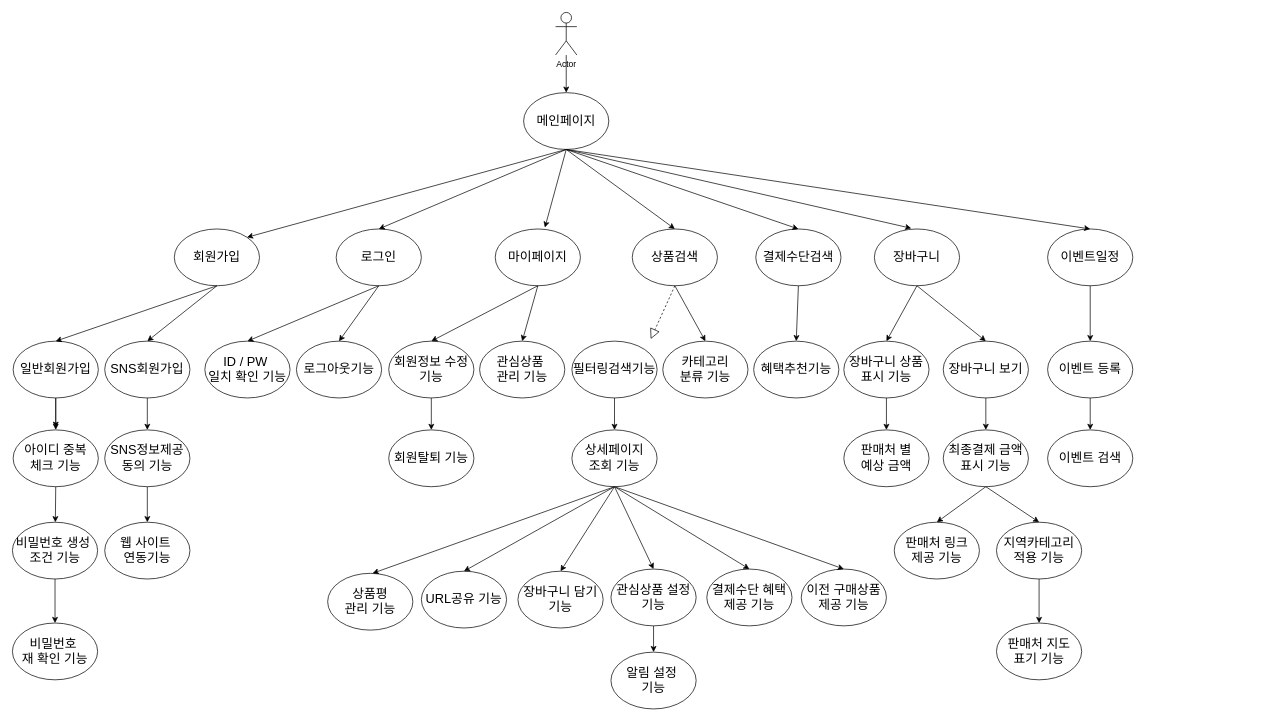
Earlier version of the draw.io diagram 제목 없는 다이어그램.drawio (BB-3022/Front_Study). Source tidied: cells renumbered, new cells numbered last; positions are measured from the earlier drawing's top-left corner, leaving out a move shared by most shapes. Both pictures are drawn from the tidied source at 71%, with x=0, y=0 at pixel (12, 12).
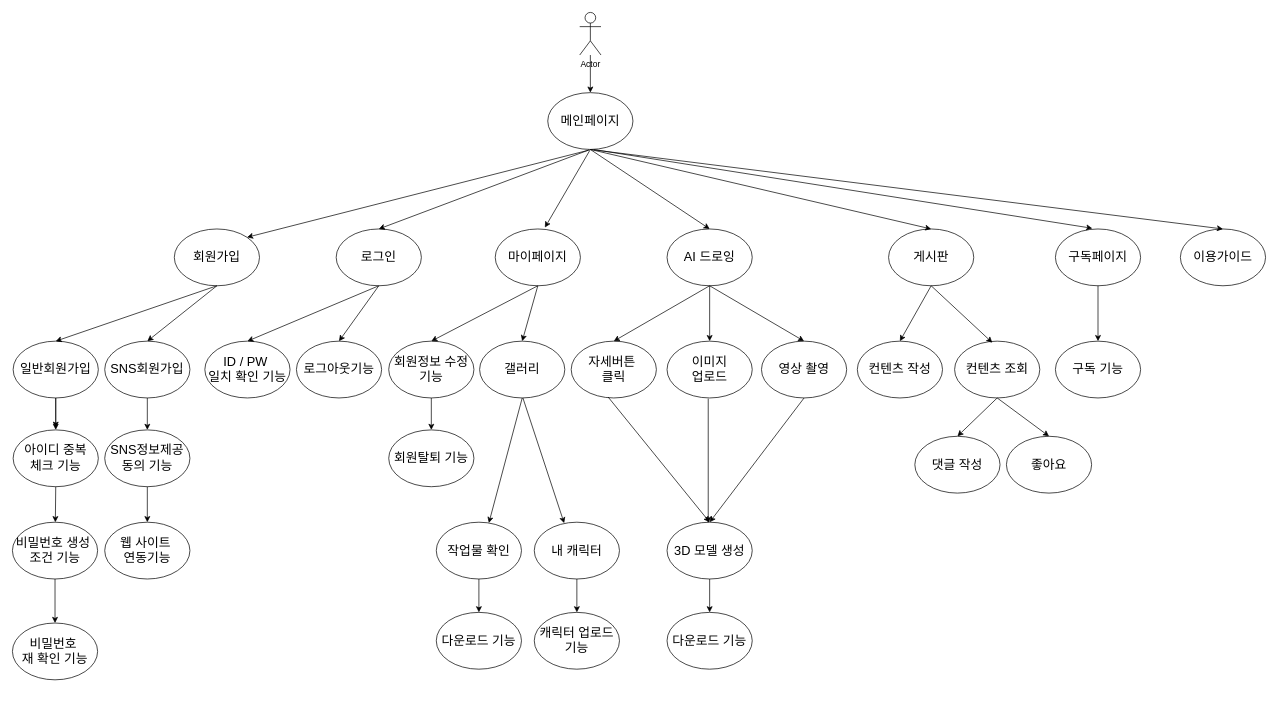
The same diagram, later.

Commit message:
제목 없는 다이어그램.drawio 업데이트

Unchanged cells that the change refers to:
```xml
<mxCell id="3" value="&lt;font style=&quot;font-size: 18px;&quot;&gt;회원가입&lt;/font&gt;" style="ellipse;whiteSpace=wrap;html=1;" parent="1" vertex="1">
  <mxGeometry x="228" y="305" width="120" height="80" as="geometry" />
</mxCell>
<mxCell id="4" value="&lt;font style=&quot;font-size: 18px;&quot;&gt;로그인&lt;/font&gt;" style="ellipse;whiteSpace=wrap;html=1;" parent="1" vertex="1">
  <mxGeometry x="456" y="305" width="120" height="80" as="geometry" />
</mxCell>
```

The edit, as a diff of the source:
```diff
@@
     <mxCell id="2" value="&lt;font style=&quot;font-size: 18px;&quot;&gt;메인페이지&lt;/font&gt;" style="ellipse;whiteSpace=wrap;html=1;" parent="1" vertex="1">
-      <mxGeometry x="720" y="113" width="120" height="80" as="geometry" />
+      <mxGeometry x="754" y="113" width="120" height="80" as="geometry" />
     </mxCell>
@@
-    <mxCell id="5" value="&lt;font style=&quot;font-size: 18px;&quot;&gt;상품검색&lt;/font&gt;" style="ellipse;whiteSpace=wrap;html=1;" parent="1" vertex="1">
-      <mxGeometry x="873" y="305" width="120" height="80" as="geometry" />
+    <mxCell id="5" value="&lt;span style=&quot;font-size: 18px;&quot;&gt;AI 드로잉&lt;/span&gt;" style="ellipse;whiteSpace=wrap;html=1;" parent="1" vertex="1">
+      <mxGeometry x="922" y="305" width="120" height="80" as="geometry" />
     </mxCell>
-    <mxCell id="6" value="&lt;font style=&quot;font-size: 18px;&quot;&gt;결제수단검색&lt;/font&gt;" style="ellipse;whiteSpace=wrap;html=1;" parent="1" vertex="1">
-      <mxGeometry x="1047" y="305" width="120" height="80" as="geometry" />
+    <mxCell id="6" value="&lt;span style=&quot;font-size: 18px;&quot;&gt;게시판&lt;/span&gt;" style="ellipse;whiteSpace=wrap;html=1;" parent="1" vertex="1">
+      <mxGeometry x="1234" y="305" width="120" height="80" as="geometry" />
     </mxCell>
-    <mxCell id="7" value="&lt;font style=&quot;font-size: 18px;&quot;&gt;장바구니&lt;/font&gt;" style="ellipse;whiteSpace=wrap;html=1;" parent="1" vertex="1">
-      <mxGeometry x="1214" y="305" width="120" height="80" as="geometry" />
+    <mxCell id="7" value="&lt;span style=&quot;font-size: 18px;&quot;&gt;구독페이지&lt;/span&gt;" style="ellipse;whiteSpace=wrap;html=1;" parent="1" vertex="1">
+      <mxGeometry x="1469" y="305" width="120" height="80" as="geometry" />
     </mxCell>
@@
-    <mxCell id="9" style="endArrow=classic;html=1;rounded=0;exitX=0.5;exitY=1;exitDx=0;exitDy=0;entryX=1;entryY=0;entryDx=0;entryDy=0;" parent="1" edge="1" source="2" target="3">
+    <mxCell id="9" style="endArrow=classic;html=1;rounded=0;exitX=0.48;exitY=1.013;exitDx=0;exitDy=0;entryX=1;entryY=0;entryDx=0;entryDy=0;exitPerimeter=0;" parent="1" edge="1" source="2" target="3">
       <mxGeometry relative="1" as="geometry" />
     </mxCell>
-    <mxCell id="10" style="endArrow=classic;html=1;rounded=0;exitX=0.5;exitY=1;exitDx=0;exitDy=0;entryX=0.5;entryY=0;entryDx=0;entryDy=0;" parent="1" edge="1" source="2" target="4">
+    <mxCell id="10" style="endArrow=classic;html=1;rounded=0;exitX=0.486;exitY=1.007;exitDx=0;exitDy=0;entryX=0.5;entryY=0;entryDx=0;entryDy=0;exitPerimeter=0;" parent="1" edge="1" source="2" target="4">
       <mxGeometry relative="1" as="geometry" />
     </mxCell>
@@
-    <mxCell id="14" style="endArrow=classic;html=1;rounded=0;exitX=0.5;exitY=1;exitDx=0;exitDy=0;entryX=0.433;entryY=-0.012;entryDx=0;entryDy=0;entryPerimeter=0;" parent="1" edge="1" source="2" target="7">
+    <mxCell id="14" style="endArrow=classic;html=1;rounded=0;exitX=0.542;exitY=1.002;exitDx=0;exitDy=0;entryX=0.433;entryY=-0.012;entryDx=0;entryDy=0;entryPerimeter=0;exitPerimeter=0;" parent="1" edge="1" source="2" target="7">
       <mxGeometry relative="1" as="geometry" />
     </mxCell>
@@
-    <mxCell id="17" style="endArrow=classic;html=1;rounded=0;exitX=0.5;exitY=1;exitDx=0;exitDy=0;entryX=0.5;entryY=0;entryDx=0;entryDy=0;" parent="1" edge="1" source="6" target="35">
+    <mxCell id="17" style="endArrow=classic;html=1;rounded=0;exitX=0.5;exitY=1;exitDx=0;exitDy=0;entryX=0.5;entryY=0;entryDx=0;entryDy=0;" parent="1" edge="1" source="6" target="103">
       <mxGeometry relative="1" as="geometry" />
     </mxCell>
-    <mxCell id="18" style="endArrow=classic;html=1;rounded=0;exitX=0.5;exitY=1;exitDx=0;exitDy=0;entryX=0.5;entryY=0;entryDx=0;entryDy=0;" parent="1" edge="1" source="7" target="36">
-      <mxGeometry relative="1" as="geometry" />
-    </mxCell>
@@
     <mxCell id="20" value="Actor" style="shape=umlActor;verticalLabelPosition=bottom;verticalAlign=top;html=1;outlineConnect=0;" parent="1" vertex="1">
-      <mxGeometry x="765" width="30" height="60" as="geometry" />
+      <mxGeometry x="799" width="30" height="60" as="geometry" />
     </mxCell>
@@
-    <mxCell id="26" value="&lt;span style=&quot;font-size: 18px;&quot;&gt;관심상품&amp;nbsp;&lt;br&gt;관리 기능&lt;br&gt;&lt;/span&gt;" style="ellipse;whiteSpace=wrap;html=1;" parent="1" vertex="1">
+    <mxCell id="26" value="&lt;span style=&quot;font-size: 18px;&quot;&gt;갤러리&lt;br&gt;&lt;/span&gt;" style="ellipse;whiteSpace=wrap;html=1;" parent="1" vertex="1">
       <mxGeometry x="658" y="463" width="120" height="80" as="geometry" />
     </mxCell>
@@
-    <mxCell id="32" value="&lt;font style=&quot;font-size: 18px;&quot;&gt;필터링검색기능&lt;/font&gt;" style="ellipse;whiteSpace=wrap;html=1;" parent="1" vertex="1">
-      <mxGeometry x="788" y="463" width="120" height="80" as="geometry" />
-    </mxCell>
-    <mxCell id="33" value="&lt;span style=&quot;font-size: 18px;&quot;&gt;카테고리&lt;br&gt;&lt;/span&gt;&lt;font style=&quot;font-size: 18px;&quot;&gt;분류 기능&lt;/font&gt;" style="ellipse;whiteSpace=wrap;html=1;" parent="1" vertex="1">
-      <mxGeometry x="916" y="463" width="120" height="80" as="geometry" />
-    </mxCell>
-    <mxCell id="34" style="endArrow=classic;html=1;rounded=0;exitX=0.5;exitY=1;exitDx=0;exitDy=0;entryX=0.5;entryY=0;entryDx=0;entryDy=0;" parent="1" edge="1" source="5" target="33">
+    <mxCell id="34" style="endArrow=classic;html=1;rounded=0;exitX=0.5;exitY=1;exitDx=0;exitDy=0;entryX=0.5;entryY=0;entryDx=0;entryDy=0;" parent="1" edge="1" source="5" target="94">
       <mxGeometry relative="1" as="geometry" />
     </mxCell>
-    <mxCell id="35" value="&lt;font style=&quot;font-size: 18px;&quot;&gt;혜택추천기능&lt;/font&gt;" style="ellipse;whiteSpace=wrap;html=1;" parent="1" vertex="1">
-      <mxGeometry x="1044" y="463" width="120" height="80" as="geometry" />
-    </mxCell>
-    <mxCell id="36" value="&lt;font style=&quot;font-size: 18px;&quot;&gt;장바구니 상품표시&amp;nbsp;기능&lt;/font&gt;" style="ellipse;whiteSpace=wrap;html=1;" parent="1" vertex="1">
-      <mxGeometry x="1171" y="463" width="120" height="80" as="geometry" />
-    </mxCell>
-    <mxCell id="37" value="&lt;font style=&quot;font-size: 18px;&quot;&gt;장바구니 보기&lt;/font&gt;" style="ellipse;whiteSpace=wrap;html=1;" parent="1" vertex="1">
-      <mxGeometry x="1311" y="463" width="120" height="80" as="geometry" />
-    </mxCell>
-    <mxCell id="38" style="endArrow=classic;html=1;rounded=0;exitX=0.5;exitY=1;exitDx=0;exitDy=0;entryX=0.5;entryY=0;entryDx=0;entryDy=0;" parent="1" edge="1" source="7" target="37">
-      <mxGeometry relative="1" as="geometry" />
-    </mxCell>
-    <mxCell id="39" value="&lt;span style=&quot;font-size: 18px;&quot;&gt;최종결제 금액&lt;br&gt;표시 기능&lt;br&gt;&lt;/span&gt;" style="ellipse;whiteSpace=wrap;html=1;" parent="1" vertex="1">
-      <mxGeometry x="1311" y="588" width="120" height="80" as="geometry" />
-    </mxCell>
-    <mxCell id="40" value="&lt;font style=&quot;font-size: 18px;&quot;&gt;판매처 링크 &lt;br&gt;제공 기능&lt;/font&gt;" style="ellipse;whiteSpace=wrap;html=1;" parent="1" vertex="1">
-      <mxGeometry x="1242" y="718" width="120" height="80" as="geometry" />
-    </mxCell>
-    <mxCell id="41" value="&lt;font style=&quot;font-size: 18px;&quot;&gt;지역카테고리&lt;br&gt;적용 기능&lt;/font&gt;" style="ellipse;whiteSpace=wrap;html=1;" parent="1" vertex="1">
-      <mxGeometry x="1386" y="718" width="120" height="80" as="geometry" />
-    </mxCell>
-    <mxCell id="42" value="&lt;font style=&quot;font-size: 18px;&quot;&gt;판매처 지도 &lt;br&gt;표기 기능&lt;/font&gt;" style="ellipse;whiteSpace=wrap;html=1;" parent="1" vertex="1">
-      <mxGeometry x="1386" y="860" width="120" height="80" as="geometry" />
-    </mxCell>
-    <mxCell id="43" style="endArrow=classic;html=1;rounded=0;exitX=0.5;exitY=1;exitDx=0;exitDy=0;entryX=0.5;entryY=0;entryDx=0;entryDy=0;" parent="1" edge="1" source="37" target="39">
-      <mxGeometry relative="1" as="geometry" />
-    </mxCell>
-    <mxCell id="44" style="endArrow=classic;html=1;rounded=0;exitX=0.5;exitY=1;exitDx=0;exitDy=0;entryX=0.5;entryY=0;entryDx=0;entryDy=0;" parent="1" edge="1" source="39" target="40">
-      <mxGeometry relative="1" as="geometry" />
-    </mxCell>
-    <mxCell id="45" style="endArrow=classic;html=1;rounded=0;exitX=0.5;exitY=1;exitDx=0;exitDy=0;entryX=0.5;entryY=0;entryDx=0;entryDy=0;" parent="1" edge="1" source="39" target="41">
-      <mxGeometry relative="1" as="geometry" />
-    </mxCell>
-    <mxCell id="46" style="endArrow=classic;html=1;rounded=0;exitX=0.5;exitY=1;exitDx=0;exitDy=0;" parent="1" edge="1" source="41" target="42">
-      <mxGeometry relative="1" as="geometry" />
-    </mxCell>
-    <mxCell id="47" value="&lt;font style=&quot;font-size: 18px;&quot;&gt;상세페이지 &lt;br&gt;조회 기능&lt;/font&gt;" style="ellipse;whiteSpace=wrap;html=1;" parent="1" vertex="1">
-      <mxGeometry x="788" y="588" width="120" height="80" as="geometry" />
-    </mxCell>
@@
-    <mxCell id="51" value="&lt;font style=&quot;font-size: 18px;&quot;&gt;관심상품 설정기능&lt;/font&gt;" style="ellipse;whiteSpace=wrap;html=1;" parent="1" vertex="1">
-      <mxGeometry x="843" y="784" width="120" height="80" as="geometry" />
-    </mxCell>
-    <mxCell id="52" value="&lt;font style=&quot;font-size: 18px;&quot;&gt;URL공유 기능&lt;/font&gt;" style="ellipse;whiteSpace=wrap;html=1;" parent="1" vertex="1">
-      <mxGeometry x="576" y="787" width="120" height="80" as="geometry" />
-    </mxCell>
-    <mxCell id="53" value="&lt;span style=&quot;font-size: 18px;&quot;&gt;상품평 &lt;br&gt;관리 기능&lt;br&gt;&lt;/span&gt;" style="ellipse;whiteSpace=wrap;html=1;" parent="1" vertex="1">
-      <mxGeometry x="444" y="790" width="120" height="80" as="geometry" />
-    </mxCell>
-    <mxCell id="54" value="&lt;font style=&quot;font-size: 18px;&quot;&gt;장바구니 담기 기능&lt;/font&gt;" style="ellipse;whiteSpace=wrap;html=1;" parent="1" vertex="1">
-      <mxGeometry x="712" y="787" width="120" height="80" as="geometry" />
-    </mxCell>
-    <mxCell id="55" value="&lt;font style=&quot;font-size: 18px;&quot;&gt;결제수단 혜택 &lt;br&gt;제공 기능&lt;/font&gt;" style="ellipse;whiteSpace=wrap;html=1;" parent="1" vertex="1">
-      <mxGeometry x="978" y="784" width="120" height="80" as="geometry" />
-    </mxCell>
-    <mxCell id="56" value="&lt;font style=&quot;font-size: 18px;&quot;&gt;이전 구매상품 &lt;br&gt;제공 기능&lt;/font&gt;" style="ellipse;whiteSpace=wrap;html=1;" parent="1" vertex="1">
-      <mxGeometry x="1111" y="784" width="120" height="80" as="geometry" />
-    </mxCell>
@@
-    <mxCell id="58" style="endArrow=classic;html=1;rounded=0;exitX=0.5;exitY=1;exitDx=0;exitDy=0;entryX=0.5;entryY=0;entryDx=0;entryDy=0;" parent="1" edge="1" source="32" target="47">
-      <mxGeometry relative="1" as="geometry" />
-    </mxCell>
-    <mxCell id="59" style="endArrow=classic;html=1;rounded=0;entryX=0.5;entryY=0;entryDx=0;entryDy=0;exitX=0.5;exitY=1;exitDx=0;exitDy=0;" parent="1" edge="1" source="47" target="55">
-      <mxGeometry relative="1" as="geometry" />
-    </mxCell>
-    <mxCell id="60" style="endArrow=classic;html=1;rounded=0;entryX=0.5;entryY=0;entryDx=0;entryDy=0;exitX=0.512;exitY=1.006;exitDx=0;exitDy=0;exitPerimeter=0;" parent="1" edge="1" source="47" target="56">
-      <mxGeometry relative="1" as="geometry" />
-    </mxCell>
-    <mxCell id="61" style="endArrow=classic;html=1;rounded=0;exitX=0.5;exitY=1;exitDx=0;exitDy=0;entryX=0.5;entryY=0;entryDx=0;entryDy=0;" parent="1" edge="1" source="47" target="51">
-      <mxGeometry relative="1" as="geometry" />
-    </mxCell>
-    <mxCell id="62" style="endArrow=classic;html=1;rounded=0;exitX=0.5;exitY=1;exitDx=0;exitDy=0;entryX=0.5;entryY=0;entryDx=0;entryDy=0;" parent="1" edge="1" source="47" target="54">
-      <mxGeometry relative="1" as="geometry" />
-    </mxCell>
-    <mxCell id="63" style="endArrow=classic;html=1;rounded=0;exitX=0.5;exitY=1;exitDx=0;exitDy=0;entryX=0.5;entryY=0;entryDx=0;entryDy=0;" parent="1" edge="1" source="47" target="52">
-      <mxGeometry relative="1" as="geometry" />
-    </mxCell>
-    <mxCell id="64" style="endArrow=classic;html=1;rounded=0;exitX=0.5;exitY=1;exitDx=0;exitDy=0;entryX=0.528;entryY=-0.001;entryDx=0;entryDy=0;entryPerimeter=0;" parent="1" edge="1" source="47" target="53">
-      <mxGeometry relative="1" as="geometry" />
-    </mxCell>
-    <mxCell id="65" value="&lt;font style=&quot;font-size: 18px;&quot;&gt;판매처 별 &lt;br&gt;예상 금액&lt;/font&gt;" style="ellipse;whiteSpace=wrap;html=1;" parent="1" vertex="1">
-      <mxGeometry x="1171" y="588" width="120" height="80" as="geometry" />
-    </mxCell>
-    <mxCell id="66" style="endArrow=classic;html=1;rounded=0;exitX=0.5;exitY=1;exitDx=0;exitDy=0;" parent="1" edge="1" source="36" target="65">
-      <mxGeometry relative="1" as="geometry" />
-    </mxCell>
-    <mxCell id="67" style="endArrow=block;dashed=1;endFill=0;endSize=12;html=1;rounded=0;exitX=0.5;exitY=1;exitDx=0;exitDy=0;entryX=0.5;entryY=0;entryDx=0;entryDy=0;" parent="1" edge="1">
-      <mxGeometry relative="1" as="geometry">
-        <mxPoint x="933" y="385" as="sourcePoint" />
-        <mxPoint x="899" y="460" as="targetPoint" />
-      </mxGeometry>
-    </mxCell>
@@
-    <mxCell id="75" value="&lt;span style=&quot;font-size: 18px;&quot;&gt;알림 설정&amp;nbsp;&lt;br&gt;기능&lt;br&gt;&lt;/span&gt;" style="ellipse;whiteSpace=wrap;html=1;" parent="1" vertex="1">
-      <mxGeometry x="843" y="901" width="120" height="80" as="geometry" />
-    </mxCell>
-    <mxCell id="76" style="endArrow=classic;html=1;rounded=0;exitX=0.5;exitY=1;exitDx=0;exitDy=0;entryX=0.5;entryY=0;entryDx=0;entryDy=0;" parent="1" edge="1" source="51" target="75">
-      <mxGeometry relative="1" as="geometry" />
-    </mxCell>
-    <mxCell id="77" value="&lt;span style=&quot;font-size: 18px;&quot;&gt;이벤트일정&lt;/span&gt;" style="ellipse;whiteSpace=wrap;html=1;" parent="1" vertex="1">
-      <mxGeometry x="1458" y="305" width="120" height="80" as="geometry" />
+    <mxCell id="77" value="&lt;span style=&quot;font-size: 18px;&quot;&gt;이용가이드&lt;/span&gt;" style="ellipse;whiteSpace=wrap;html=1;" parent="1" vertex="1">
+      <mxGeometry x="1645" y="305" width="120" height="80" as="geometry" />
     </mxCell>
-    <mxCell id="78" value="&lt;span style=&quot;font-size: 18px;&quot;&gt;이벤트 등록&lt;/span&gt;" style="ellipse;whiteSpace=wrap;html=1;" parent="1" vertex="1">
-      <mxGeometry x="1458" y="463" width="120" height="80" as="geometry" />
-    </mxCell>
-    <mxCell id="79" value="&lt;span style=&quot;font-size: 18px;&quot;&gt;이벤트 검색&lt;/span&gt;" style="ellipse;whiteSpace=wrap;html=1;" parent="1" vertex="1">
-      <mxGeometry x="1458" y="588" width="120" height="80" as="geometry" />
-    </mxCell>
@@
-    <mxCell id="81" style="endArrow=classic;html=1;rounded=0;entryX=0.5;entryY=0;entryDx=0;entryDy=0;exitX=0.5;exitY=1;exitDx=0;exitDy=0;" parent="1" edge="1" source="77" target="78">
-      <mxGeometry relative="1" as="geometry" />
-    </mxCell>
-    <mxCell id="82" style="endArrow=classic;html=1;rounded=0;entryX=0.5;entryY=0;entryDx=0;entryDy=0;exitX=0.5;exitY=1;exitDx=0;exitDy=0;" parent="1" edge="1" source="78" target="79">
-      <mxGeometry relative="1" as="geometry" />
-    </mxCell>
@@
+    <mxCell id="84" value="&lt;span style=&quot;font-size: 18px;&quot;&gt;작업물 확인&lt;br&gt;&lt;/span&gt;" style="ellipse;whiteSpace=wrap;html=1;" parent="1" vertex="1">
+      <mxGeometry x="597" y="718" width="120" height="80" as="geometry" />
+    </mxCell>
+    <mxCell id="85" value="&lt;span style=&quot;font-size: 18px;&quot;&gt;내 캐릭터&lt;br&gt;&lt;/span&gt;" style="ellipse;whiteSpace=wrap;html=1;" parent="1" vertex="1">
+      <mxGeometry x="735" y="718" width="120" height="80" as="geometry" />
+    </mxCell>
+    <mxCell id="86" style="endArrow=classic;html=1;rounded=0;exitX=0.5;exitY=1;exitDx=0;exitDy=0;entryX=0.617;entryY=0.014;entryDx=0;entryDy=0;entryPerimeter=0;" parent="1" edge="1" source="26" target="84">
+      <mxGeometry relative="1" as="geometry" />
+    </mxCell>
+    <mxCell id="87" style="endArrow=classic;html=1;rounded=0;entryX=0.351;entryY=0.017;entryDx=0;entryDy=0;entryPerimeter=0;" parent="1" edge="1" target="85">
+      <mxGeometry relative="1" as="geometry">
+        <mxPoint x="719" y="543" as="sourcePoint" />
+      </mxGeometry>
+    </mxCell>
+    <mxCell id="88" value="&lt;span style=&quot;font-size: 18px;&quot;&gt;다운로드 기능&lt;br&gt;&lt;/span&gt;" style="ellipse;whiteSpace=wrap;html=1;" parent="1" vertex="1">
+      <mxGeometry x="597" y="845" width="120" height="80" as="geometry" />
+    </mxCell>
+    <mxCell id="89" value="&lt;span style=&quot;font-size: 18px;&quot;&gt;캐릭터 업로드&lt;br&gt;기능&lt;br&gt;&lt;/span&gt;" style="ellipse;whiteSpace=wrap;html=1;" parent="1" vertex="1">
+      <mxGeometry x="735" y="845" width="120" height="80" as="geometry" />
+    </mxCell>
+    <mxCell id="90" style="endArrow=classic;html=1;rounded=0;exitX=0.5;exitY=1;exitDx=0;exitDy=0;" parent="1" edge="1" source="85" target="89">
+      <mxGeometry relative="1" as="geometry" />
+    </mxCell>
+    <mxCell id="91" style="endArrow=classic;html=1;rounded=0;exitX=0.5;exitY=1;exitDx=0;exitDy=0;entryX=0.5;entryY=0;entryDx=0;entryDy=0;" parent="1" edge="1" source="84" target="88">
+      <mxGeometry relative="1" as="geometry" />
+    </mxCell>
+    <mxCell id="92" value="&lt;span style=&quot;font-size: 18px;&quot;&gt;자세버튼&amp;nbsp;&lt;br&gt;클릭&lt;br&gt;&lt;/span&gt;" style="ellipse;whiteSpace=wrap;html=1;" parent="1" vertex="1">
+      <mxGeometry x="787" y="463" width="120" height="80" as="geometry" />
+    </mxCell>
+    <mxCell id="93" value="&lt;span style=&quot;font-size: 18px;&quot;&gt;영상 촬영&lt;br&gt;&lt;/span&gt;" style="ellipse;whiteSpace=wrap;html=1;" parent="1" vertex="1">
+      <mxGeometry x="1055" y="463" width="120" height="80" as="geometry" />
+    </mxCell>
+    <mxCell id="94" value="&lt;span style=&quot;font-size: 18px;&quot;&gt;이미지 &lt;br&gt;업로드&lt;br&gt;&lt;/span&gt;" style="ellipse;whiteSpace=wrap;html=1;" parent="1" vertex="1">
+      <mxGeometry x="922" y="463" width="120" height="80" as="geometry" />
+    </mxCell>
+    <mxCell id="95" style="endArrow=classic;html=1;rounded=0;exitX=0.5;exitY=1;exitDx=0;exitDy=0;entryX=0.5;entryY=0;entryDx=0;entryDy=0;" parent="1" edge="1" source="5" target="93">
+      <mxGeometry relative="1" as="geometry" />
+    </mxCell>
+    <mxCell id="96" style="endArrow=classic;html=1;rounded=0;exitX=0.5;exitY=1;exitDx=0;exitDy=0;entryX=0.5;entryY=0;entryDx=0;entryDy=0;" parent="1" edge="1" source="5" target="92">
+      <mxGeometry relative="1" as="geometry" />
+    </mxCell>
+    <mxCell id="97" value="&lt;span style=&quot;font-size: 18px;&quot;&gt;3D 모델 생성&lt;br&gt;&lt;/span&gt;" style="ellipse;whiteSpace=wrap;html=1;" parent="1" vertex="1">
+      <mxGeometry x="922" y="718" width="120" height="80" as="geometry" />
+    </mxCell>
+    <mxCell id="98" style="endArrow=classic;html=1;rounded=0;exitX=0.5;exitY=1;exitDx=0;exitDy=0;entryX=0.5;entryY=0;entryDx=0;entryDy=0;" parent="1" edge="1">
+      <mxGeometry relative="1" as="geometry">
+        <mxPoint x="980" y="544" as="sourcePoint" />
+        <mxPoint x="980" y="719" as="targetPoint" />
+      </mxGeometry>
+    </mxCell>
+    <mxCell id="99" style="endArrow=classic;html=1;rounded=0;exitX=0.5;exitY=1;exitDx=0;exitDy=0;entryX=0.5;entryY=0;entryDx=0;entryDy=0;" parent="1" edge="1" source="93" target="97">
+      <mxGeometry relative="1" as="geometry" />
+    </mxCell>
+    <mxCell id="100" style="endArrow=classic;html=1;rounded=0;exitX=0.433;exitY=0.983;exitDx=0;exitDy=0;exitPerimeter=0;entryX=0.5;entryY=0;entryDx=0;entryDy=0;" parent="1" edge="1" source="92" target="97">
+      <mxGeometry relative="1" as="geometry" />
+    </mxCell>
+    <mxCell id="101" value="&lt;span style=&quot;font-size: 18px;&quot;&gt;다운로드 기능&lt;br&gt;&lt;/span&gt;" style="ellipse;whiteSpace=wrap;html=1;" parent="1" vertex="1">
+      <mxGeometry x="922" y="845" width="120" height="80" as="geometry" />
+    </mxCell>
+    <mxCell id="102" style="endArrow=classic;html=1;rounded=0;exitX=0.5;exitY=1;exitDx=0;exitDy=0;entryX=0.5;entryY=0;entryDx=0;entryDy=0;" parent="1" edge="1" source="97" target="101">
+      <mxGeometry relative="1" as="geometry" />
+    </mxCell>
+    <mxCell id="103" value="&lt;span style=&quot;font-size: 18px;&quot;&gt;컨텐츠 작성&lt;br&gt;&lt;/span&gt;" style="ellipse;whiteSpace=wrap;html=1;" parent="1" vertex="1">
+      <mxGeometry x="1190" y="463" width="120" height="80" as="geometry" />
+    </mxCell>
+    <mxCell id="104" value="&lt;span style=&quot;font-size: 18px;&quot;&gt;컨텐츠 조회&lt;br&gt;&lt;/span&gt;" style="ellipse;whiteSpace=wrap;html=1;" parent="1" vertex="1">
+      <mxGeometry x="1327" y="463" width="120" height="80" as="geometry" />
+    </mxCell>
+    <mxCell id="105" value="&lt;span style=&quot;font-size: 18px;&quot;&gt;댓글 작성&lt;br&gt;&lt;/span&gt;" style="ellipse;whiteSpace=wrap;html=1;" parent="1" vertex="1">
+      <mxGeometry x="1271" y="597" width="120" height="80" as="geometry" />
+    </mxCell>
+    <mxCell id="106" style="endArrow=classic;html=1;rounded=0;exitX=0.5;exitY=1;exitDx=0;exitDy=0;entryX=0.443;entryY=0.027;entryDx=0;entryDy=0;entryPerimeter=0;" parent="1" edge="1" source="6" target="104">
+      <mxGeometry relative="1" as="geometry" />
+    </mxCell>
+    <mxCell id="107" style="endArrow=classic;html=1;rounded=0;entryX=0.5;entryY=0;entryDx=0;entryDy=0;exitX=0.5;exitY=1;exitDx=0;exitDy=0;" parent="1" edge="1" source="104" target="105">
+      <mxGeometry relative="1" as="geometry" />
+    </mxCell>
+    <mxCell id="108" value="&lt;span style=&quot;font-size: 18px;&quot;&gt;좋아요&lt;br&gt;&lt;/span&gt;" style="ellipse;whiteSpace=wrap;html=1;" parent="1" vertex="1">
+      <mxGeometry x="1400" y="597" width="120" height="80" as="geometry" />
+    </mxCell>
+    <mxCell id="109" style="endArrow=classic;html=1;rounded=0;entryX=0.5;entryY=0;entryDx=0;entryDy=0;exitX=0.5;exitY=1;exitDx=0;exitDy=0;" parent="1" edge="1" source="104" target="108">
+      <mxGeometry relative="1" as="geometry" />
+    </mxCell>
+    <mxCell id="110" value="&lt;span style=&quot;font-size: 18px;&quot;&gt;구독 기능&lt;br&gt;&lt;/span&gt;" style="ellipse;whiteSpace=wrap;html=1;" parent="1" vertex="1">
+      <mxGeometry x="1469" y="463" width="120" height="80" as="geometry" />
+    </mxCell>
+    <mxCell id="111" style="endArrow=classic;html=1;rounded=0;entryX=0.5;entryY=0;entryDx=0;entryDy=0;exitX=0.5;exitY=1;exitDx=0;exitDy=0;" parent="1" edge="1" source="7" target="110">
+      <mxGeometry relative="1" as="geometry" />
+    </mxCell>
```
